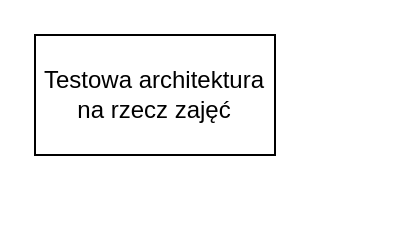
The draw.io diagram testowa_architektura.drawio in Mateo8911/data-sience-bootcamp, before the edit. Source tidied: cells renumbered, new cells numbered last; positions are measured from the earlier drawing's top-left corner, leaving out a move shared by most shapes. Both pictures are drawn from the tidied source at 200%, with x=0, y=0 at pixel (34, 34).
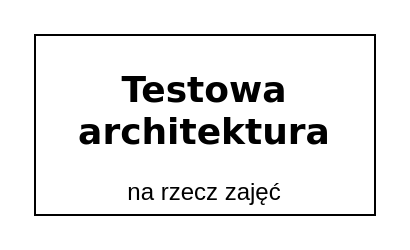
Above is the later version.

What changed in the source:
```diff
@@
 <mxGraphModel>
   <root>
     <mxCell id="0" />
     <mxCell id="1" parent="0" />
-    <mxCell id="2" value="Testowa architektura na rzecz zajęć" style="rounded=0;whiteSpace=wrap;html=1;" parent="1" vertex="1">
-      <mxGeometry width="120" height="60" as="geometry" />
+    <mxCell id="2" value="&lt;p&gt;&lt;b&gt;&lt;font face=&quot;Verdana&quot; style=&quot;font-size: 18px;&quot;&gt;Testowa architektura &lt;/font&gt;&lt;/b&gt;&lt;br&gt;&lt;/p&gt;&lt;div&gt;na rzecz zajęć&lt;/div&gt;" style="rounded=0;whiteSpace=wrap;html=1;" parent="1" vertex="1">
+      <mxGeometry width="170" height="90" as="geometry" />
     </mxCell>
   </root>
 </mxGraphModel>
```
